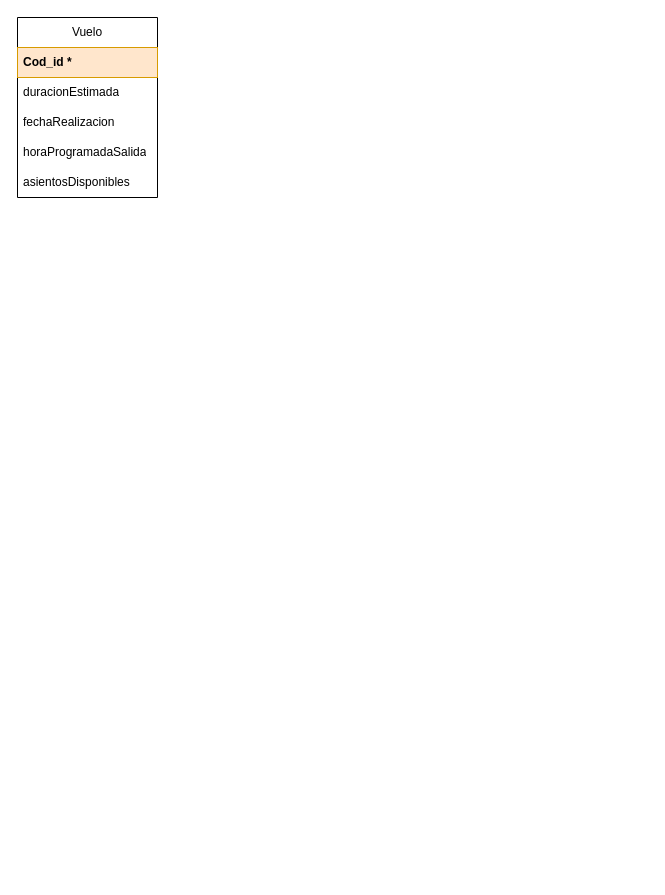
Above: aerolineasUML.drawio in jhosebro/Bases-de-datos (draw.io), before the change. Source tidied: cells renumbered, new cells numbered last; positions are measured from the earlier drawing's top-left corner, leaving out a move shared by most shapes. Both pictures are drawn from the tidied source at 100%, with x=0, y=0 at pixel (17, 17).
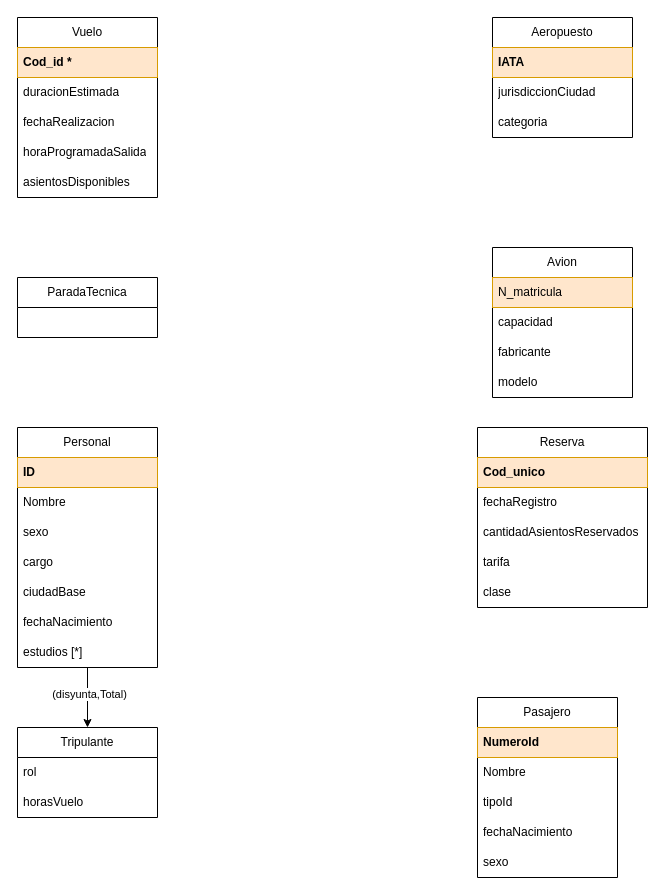
The same page after the edit.

Diff of the diagram source:
```diff
@@
+    <mxCell id="8" value="Aeropuesto" style="swimlane;fontStyle=0;horizontal=1;startSize=30;whiteSpace=wrap;html=1;" parent="1" vertex="1">
+      <mxGeometry x="475" width="140" height="120" as="geometry" />
+    </mxCell>
+    <mxCell id="9" value="&lt;b&gt;IATA&lt;/b&gt;" style="text;strokeColor=#d79b00;fillColor=#ffe6cc;align=left;verticalAlign=middle;spacingLeft=4;spacingRight=4;overflow=hidden;whiteSpace=wrap;html=1;" parent="8" vertex="1">
+      <mxGeometry y="30" width="140" height="30" as="geometry" />
+    </mxCell>
+    <mxCell id="10" value="jurisdiccionCiudad" style="text;strokeColor=none;fillColor=none;align=left;verticalAlign=middle;spacingLeft=4;spacingRight=4;overflow=hidden;whiteSpace=wrap;html=1;" parent="8" vertex="1">
+      <mxGeometry y="60" width="140" height="30" as="geometry" />
+    </mxCell>
+    <mxCell id="11" value="categoria" style="text;strokeColor=none;fillColor=none;align=left;verticalAlign=middle;spacingLeft=4;spacingRight=4;overflow=hidden;whiteSpace=wrap;html=1;" parent="8" vertex="1">
+      <mxGeometry y="90" width="140" height="30" as="geometry" />
+    </mxCell>
+    <mxCell id="12" value="ParadaTecnica" style="swimlane;fontStyle=0;horizontal=1;startSize=30;whiteSpace=wrap;html=1;" parent="1" vertex="1">
+      <mxGeometry y="260" width="140" height="60" as="geometry" />
+    </mxCell>
+    <mxCell id="13" value="Avion" style="swimlane;fontStyle=0;horizontal=1;startSize=30;whiteSpace=wrap;html=1;" parent="1" vertex="1">
+      <mxGeometry x="475" y="230" width="140" height="150" as="geometry" />
+    </mxCell>
+    <mxCell id="14" value="N_matricula" style="text;strokeColor=#d79b00;fillColor=#ffe6cc;align=left;verticalAlign=middle;spacingLeft=4;spacingRight=4;overflow=hidden;whiteSpace=wrap;html=1;" parent="13" vertex="1">
+      <mxGeometry y="30" width="140" height="30" as="geometry" />
+    </mxCell>
+    <mxCell id="15" value="capacidad" style="text;strokeColor=none;fillColor=none;align=left;verticalAlign=middle;spacingLeft=4;spacingRight=4;overflow=hidden;whiteSpace=wrap;html=1;" parent="13" vertex="1">
+      <mxGeometry y="60" width="140" height="30" as="geometry" />
+    </mxCell>
+    <mxCell id="16" value="fabricante" style="text;strokeColor=none;fillColor=none;align=left;verticalAlign=middle;spacingLeft=4;spacingRight=4;overflow=hidden;whiteSpace=wrap;html=1;" parent="13" vertex="1">
+      <mxGeometry y="90" width="140" height="30" as="geometry" />
+    </mxCell>
+    <mxCell id="17" value="modelo" style="text;strokeColor=none;fillColor=none;align=left;verticalAlign=middle;spacingLeft=4;spacingRight=4;overflow=hidden;whiteSpace=wrap;html=1;" parent="13" vertex="1">
+      <mxGeometry y="120" width="140" height="30" as="geometry" />
+    </mxCell>
+    <mxCell id="18" style="edgeStyle=orthogonalEdgeStyle;rounded=0;jettySize=auto;html=1;entryX=0.5;entryY=0;entryDx=0;entryDy=0;" parent="1" edge="1" source="20" target="28">
+      <mxGeometry relative="1" as="geometry" />
+    </mxCell>
+    <mxCell id="19" value="(disyunta,Total)" style="edgeLabel;html=1;align=center;verticalAlign=middle;" parent="18" vertex="1">
+      <mxGeometry x="-0.13" y="1" relative="1" as="geometry" />
+    </mxCell>
+    <mxCell id="20" value="Personal" style="swimlane;fontStyle=0;horizontal=1;startSize=30;whiteSpace=wrap;html=1;" parent="1" vertex="1">
+      <mxGeometry y="410" width="140" height="240" as="geometry" />
+    </mxCell>
+    <mxCell id="21" value="&lt;b&gt;ID&lt;/b&gt;" style="text;strokeColor=#d79b00;fillColor=#ffe6cc;align=left;verticalAlign=middle;spacingLeft=4;spacingRight=4;overflow=hidden;whiteSpace=wrap;html=1;" parent="20" vertex="1">
+      <mxGeometry y="30" width="140" height="30" as="geometry" />
+    </mxCell>
+    <mxCell id="22" value="Nombre" style="text;strokeColor=none;fillColor=none;align=left;verticalAlign=middle;spacingLeft=4;spacingRight=4;overflow=hidden;whiteSpace=wrap;html=1;" parent="20" vertex="1">
+      <mxGeometry y="60" width="140" height="30" as="geometry" />
+    </mxCell>
+    <mxCell id="23" value="sexo" style="text;strokeColor=none;fillColor=none;align=left;verticalAlign=middle;spacingLeft=4;spacingRight=4;overflow=hidden;whiteSpace=wrap;html=1;" parent="20" vertex="1">
+      <mxGeometry y="90" width="140" height="30" as="geometry" />
+    </mxCell>
+    <mxCell id="24" value="cargo" style="text;strokeColor=none;fillColor=none;align=left;verticalAlign=middle;spacingLeft=4;spacingRight=4;overflow=hidden;whiteSpace=wrap;html=1;" parent="20" vertex="1">
+      <mxGeometry y="120" width="140" height="30" as="geometry" />
+    </mxCell>
+    <mxCell id="25" value="ciudadBase" style="text;strokeColor=none;fillColor=none;align=left;verticalAlign=middle;spacingLeft=4;spacingRight=4;overflow=hidden;whiteSpace=wrap;html=1;" parent="20" vertex="1">
+      <mxGeometry y="150" width="140" height="30" as="geometry" />
+    </mxCell>
+    <mxCell id="26" value="fechaNacimiento" style="text;strokeColor=none;fillColor=none;align=left;verticalAlign=middle;spacingLeft=4;spacingRight=4;overflow=hidden;whiteSpace=wrap;html=1;" parent="20" vertex="1">
+      <mxGeometry y="180" width="140" height="30" as="geometry" />
+    </mxCell>
+    <mxCell id="27" value="estudios [*]" style="text;strokeColor=none;fillColor=none;align=left;verticalAlign=middle;spacingLeft=4;spacingRight=4;overflow=hidden;whiteSpace=wrap;html=1;" parent="20" vertex="1">
+      <mxGeometry y="210" width="140" height="30" as="geometry" />
+    </mxCell>
+    <mxCell id="28" value="Tripulante" style="swimlane;fontStyle=0;horizontal=1;startSize=30;whiteSpace=wrap;html=1;" parent="1" vertex="1">
+      <mxGeometry y="710" width="140" height="90" as="geometry" />
+    </mxCell>
+    <mxCell id="29" value="rol" style="text;strokeColor=none;fillColor=none;align=left;verticalAlign=middle;spacingLeft=4;spacingRight=4;overflow=hidden;whiteSpace=wrap;html=1;" parent="28" vertex="1">
+      <mxGeometry y="30" width="140" height="30" as="geometry" />
+    </mxCell>
+    <mxCell id="30" value="horasVuelo" style="text;strokeColor=none;fillColor=none;align=left;verticalAlign=middle;spacingLeft=4;spacingRight=4;overflow=hidden;whiteSpace=wrap;html=1;" parent="28" vertex="1">
+      <mxGeometry y="60" width="140" height="30" as="geometry" />
+    </mxCell>
+    <mxCell id="31" value="Reserva" style="swimlane;fontStyle=0;horizontal=1;startSize=30;whiteSpace=wrap;html=1;" parent="1" vertex="1">
+      <mxGeometry x="460" y="410" width="170" height="180" as="geometry" />
+    </mxCell>
+    <mxCell id="32" value="&lt;b&gt;Cod_unico&lt;/b&gt;" style="text;strokeColor=#d79b00;fillColor=#ffe6cc;align=left;verticalAlign=middle;spacingLeft=4;spacingRight=4;overflow=hidden;whiteSpace=wrap;html=1;" parent="31" vertex="1">
+      <mxGeometry y="30" width="170" height="30" as="geometry" />
+    </mxCell>
+    <mxCell id="33" value="fechaRegistro" style="text;strokeColor=none;fillColor=none;align=left;verticalAlign=middle;spacingLeft=4;spacingRight=4;overflow=hidden;whiteSpace=wrap;html=1;" parent="31" vertex="1">
+      <mxGeometry y="60" width="170" height="30" as="geometry" />
+    </mxCell>
+    <mxCell id="34" value="cantidadAsientosReservados" style="text;strokeColor=none;fillColor=none;align=left;verticalAlign=middle;spacingLeft=4;spacingRight=4;overflow=hidden;whiteSpace=wrap;html=1;" parent="31" vertex="1">
+      <mxGeometry y="90" width="170" height="30" as="geometry" />
+    </mxCell>
+    <mxCell id="35" value="tarifa" style="text;strokeColor=none;fillColor=none;align=left;verticalAlign=middle;spacingLeft=4;spacingRight=4;overflow=hidden;whiteSpace=wrap;html=1;" parent="31" vertex="1">
+      <mxGeometry y="120" width="170" height="30" as="geometry" />
+    </mxCell>
+    <mxCell id="36" value="clase" style="text;strokeColor=none;fillColor=none;align=left;verticalAlign=middle;spacingLeft=4;spacingRight=4;overflow=hidden;whiteSpace=wrap;html=1;" parent="31" vertex="1">
+      <mxGeometry y="150" width="170" height="30" as="geometry" />
+    </mxCell>
+    <mxCell id="37" value="Pasajero" style="swimlane;fontStyle=0;horizontal=1;startSize=30;whiteSpace=wrap;html=1;" parent="1" vertex="1">
+      <mxGeometry x="460" y="680" width="140" height="180" as="geometry" />
+    </mxCell>
+    <mxCell id="38" value="NumeroId" style="text;strokeColor=#d79b00;fillColor=#ffe6cc;align=left;verticalAlign=middle;spacingLeft=4;spacingRight=4;overflow=hidden;whiteSpace=wrap;html=1;fontStyle=1;" parent="37" vertex="1">
+      <mxGeometry y="30" width="140" height="30" as="geometry" />
+    </mxCell>
+    <mxCell id="39" value="Nombre" style="text;strokeColor=none;fillColor=none;align=left;verticalAlign=middle;spacingLeft=4;spacingRight=4;overflow=hidden;whiteSpace=wrap;html=1;" parent="37" vertex="1">
+      <mxGeometry y="60" width="140" height="30" as="geometry" />
+    </mxCell>
+    <mxCell id="40" value="tipoId" style="text;strokeColor=none;fillColor=none;align=left;verticalAlign=middle;spacingLeft=4;spacingRight=4;overflow=hidden;whiteSpace=wrap;html=1;" parent="37" vertex="1">
+      <mxGeometry y="90" width="140" height="30" as="geometry" />
+    </mxCell>
+    <mxCell id="41" value="fechaNacimiento" style="text;strokeColor=none;fillColor=none;align=left;verticalAlign=middle;spacingLeft=4;spacingRight=4;overflow=hidden;whiteSpace=wrap;html=1;" parent="37" vertex="1">
+      <mxGeometry y="120" width="140" height="30" as="geometry" />
+    </mxCell>
+    <mxCell id="42" value="sexo" style="text;strokeColor=none;fillColor=none;align=left;verticalAlign=middle;spacingLeft=4;spacingRight=4;overflow=hidden;whiteSpace=wrap;html=1;" parent="37" vertex="1">
+      <mxGeometry y="150" width="140" height="30" as="geometry" />
+    </mxCell>
```
